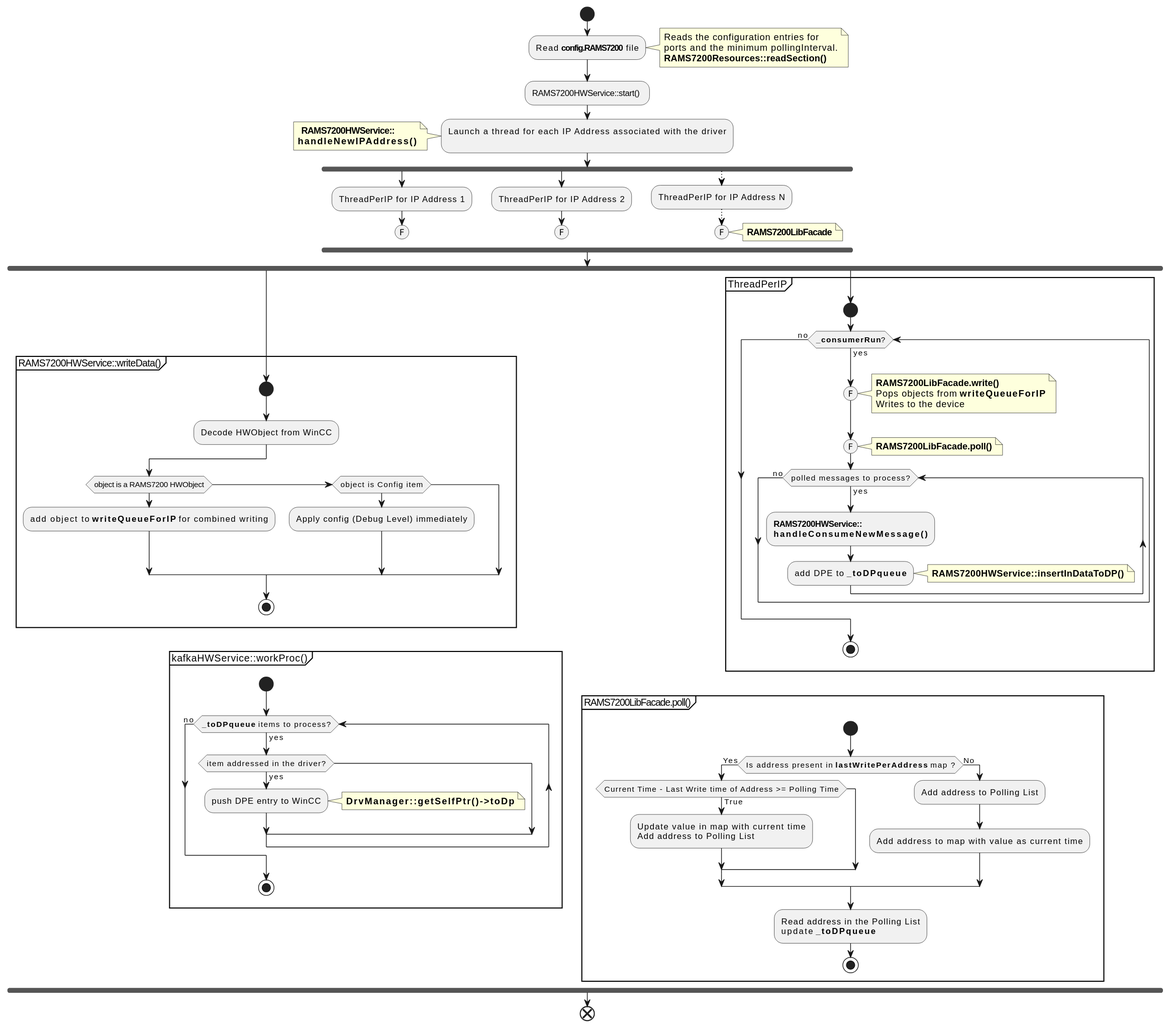
Before: doc/RAMS7200Design.svg, a diagram exported from PlantUML (richidubey/originalrams7200). Source of this version:
```plantuml
@startuml
start

:Read <b>config.RAMS7200</b> file;
note right
    Reads the configuration entries for
    ports and the minimum pollingInterval.
    <b>RAMS7200Resources::readSection()</b>
end note
:RAMS7200HWService::start() ;

:Launch a thread for each IP Address associated with the driver
;
note left
    <b> RAMS7200HWService::
    <b>handleNewIPAddress()
end note
fork
    :ThreadPerIP for IP Address 1;
    (F)
    detach
fork again
    :ThreadPerIP for IP Address 2;
    (F)
    detach
fork again
    -[#black,dotted]->
    :ThreadPerIP for IP Address N;
    -[#black,dotted]->
    (F)
    note right
        <b>RAMS7200LibFacade</b>
    end note
    detach
end fork


fork
    partition RAMS7200HWService::writeData() {
        start
        :Decode HWObject from WinCC;
        if(object is a RAMS7200 HWObject) then
            :add object to <b>writeQueueForIP</b> for combined writing;
        else if(object is Config item) then
            :Apply config (Debug Level) immediately;
        endif
        stop
    }
    partition kafkaHWService::workProc() {
        start
        while (<b>_toDPqueue</b> items to process?) is (yes)
            if (item addressed in the driver?) then (yes)
                :push DPE entry to WinCC;
                note right
                    <b>DrvManager::getSelfPtr()->toDp</b>
                end note
            endif
        endwhile (no)
        stop
    }

fork again
    skinparam ConditionEndStyle hline
    partition ThreadPerIP {
        start
        while(<b>_consumerRun</b>?) is (yes)
            (F)
            note right
                <b>RAMS7200LibFacade.write()</b>
                Pops objects from <b>writeQueueForIP</b>
                Writes to the device
            end note
            (F)
            note right
                <b>RAMS7200LibFacade.poll()</b>
            end note
            while (polled messages to process?) is (yes)
                :<b>RAMS7200HWService::
                <b>handleConsumeNewMessage()</b>;
                :add DPE to <b>_toDPqueue</b>;
                note right
                    <b>RAMS7200HWService::insertInDataToDP()</b>
                end note
            endwhile (no)
        endwhile (no)
        stop
    }
partition RAMS7200LibFacade.poll() {
    start
    if (Is address present in <b>lastWritePerAddress</b> map ?) then (Yes)
        if(Current Time - Last Write time of Address >= Polling Time) then (True)
            :Update value in map with current time
            Add address to Polling List;
        endif
    else (No)
        :Add address to Polling List;
        :Add address to map with value as current time;
    endif
    :Read address in the Polling List
    update <b>_toDPqueue</b>;
    stop
}

end fork


end
@enduml
```
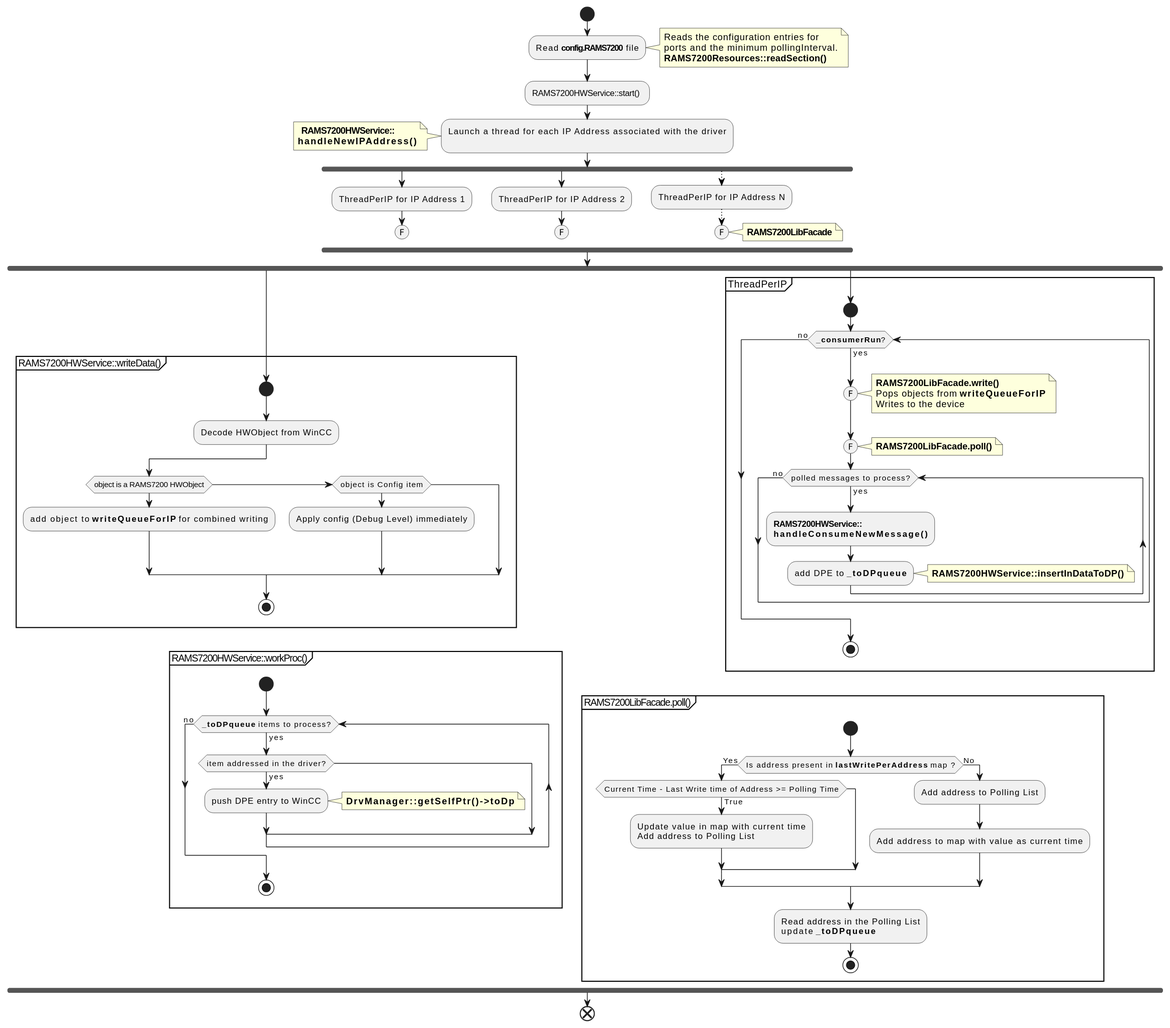
After the change.

The edit, as a diff of the source:
```diff
@@ -46,7 +46,7 @@
         endif
         stop
     }
-    partition kafkaHWService::workProc() {
+    partition RAMS7200HWService::workProc() {
         start
         while (<b>_toDPqueue</b> items to process?) is (yes)
             if (item addressed in the driver?) then (yes)
```
